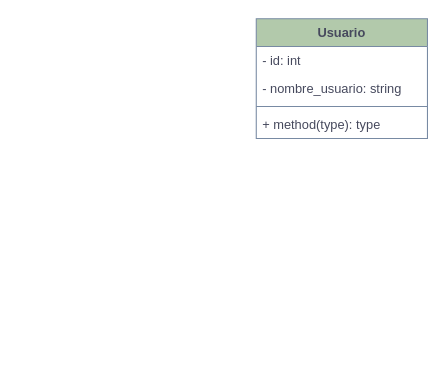
The draw.io diagram page "Diagrama de clases" (3 of 4) of Diagrama sin título.drawio in JesusBriones2/prueba, before the edit. Source tidied: cells renumbered, new cells numbered last; positions are measured from the earlier drawing's top-left corner, leaving out a move shared by most shapes. Both pictures are drawn from the tidied source at 107%, with x=0, y=0 at pixel (256, 18).
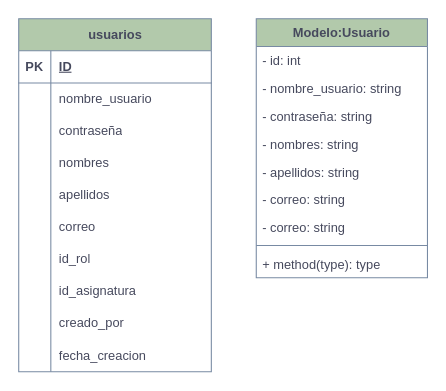
Above is the later version.

Change to the diagram source:
```diff
@@
-    <mxCell id="2" value="Usuario" style="swimlane;fontStyle=1;align=center;verticalAlign=top;horizontal=1;startSize=26;whiteSpace=wrap;html=1;strokeColor=#788AA3;fontColor=#46495D;fillColor=#B2C9AB;" parent="1" vertex="1">
-      <mxGeometry width="160" height="112" as="geometry" />
+    <mxCell id="2" value="Modelo:Usuario" style="swimlane;fontStyle=1;align=center;verticalAlign=top;horizontal=1;startSize=26;whiteSpace=wrap;html=1;strokeColor=#788AA3;fontColor=#46495D;fillColor=#B2C9AB;" parent="1" vertex="1">
+      <mxGeometry width="160" height="242" as="geometry" />
     </mxCell>
@@
+    <mxCell id="7" value="- contraseña: string" style="text;strokeColor=none;fillColor=none;align=left;verticalAlign=top;spacingLeft=4;spacingRight=4;overflow=hidden;whiteSpace=wrap;html=1;fontColor=#46495D;" parent="2" vertex="1">
+      <mxGeometry y="78" width="160" height="26" as="geometry" />
+    </mxCell>
+    <mxCell id="8" value="- nombres: string" style="text;strokeColor=none;fillColor=none;align=left;verticalAlign=top;spacingLeft=4;spacingRight=4;overflow=hidden;whiteSpace=wrap;html=1;fontColor=#46495D;" parent="2" vertex="1">
+      <mxGeometry y="104" width="160" height="26" as="geometry" />
+    </mxCell>
+    <mxCell id="9" value="- apellidos: string" style="text;strokeColor=none;fillColor=none;align=left;verticalAlign=top;spacingLeft=4;spacingRight=4;overflow=hidden;whiteSpace=wrap;html=1;fontColor=#46495D;" parent="2" vertex="1">
+      <mxGeometry y="130" width="160" height="26" as="geometry" />
+    </mxCell>
+    <mxCell id="10" value="- correo: string" style="text;strokeColor=none;fillColor=none;align=left;verticalAlign=top;spacingLeft=4;spacingRight=4;overflow=hidden;whiteSpace=wrap;html=1;fontColor=#46495D;" parent="2" vertex="1">
+      <mxGeometry y="156" width="160" height="26" as="geometry" />
+    </mxCell>
+    <mxCell id="11" value="- correo: string" style="text;strokeColor=none;fillColor=none;align=left;verticalAlign=top;spacingLeft=4;spacingRight=4;overflow=hidden;whiteSpace=wrap;html=1;fontColor=#46495D;" parent="2" vertex="1">
+      <mxGeometry y="182" width="160" height="26" as="geometry" />
+    </mxCell>
     <mxCell id="5" style="line;strokeWidth=1;fillColor=none;align=left;verticalAlign=middle;spacingTop=-1;spacingLeft=3;spacingRight=3;labelPosition=right;strokeColor=inherit;fontColor=#46495D;" parent="2" vertex="1">
-      <mxGeometry y="78" width="160" height="8" as="geometry" />
+      <mxGeometry y="208" width="160" height="8" as="geometry" />
     </mxCell>
     <mxCell id="6" value="+ method(type): type" style="text;strokeColor=none;fillColor=none;align=left;verticalAlign=top;spacingLeft=4;spacingRight=4;overflow=hidden;whiteSpace=wrap;html=1;fontColor=#46495D;" parent="2" vertex="1">
-      <mxGeometry y="86" width="160" height="26" as="geometry" />
+      <mxGeometry y="216" width="160" height="26" as="geometry" />
     </mxCell>
+    <mxCell id="12" value="usuarios" style="shape=table;startSize=30;childLayout=tableLayout;rowLines=0;fontStyle=1;align=center;html=1;strokeColor=#788AA3;fontColor=#46495D;fillColor=#B2C9AB;labelBackgroundColor=none;" parent="1" vertex="1">
+      <mxGeometry x="-222" width="180" height="330" as="geometry" />
+    </mxCell>
+    <mxCell id="13" style="shape=tableRow;horizontal=0;startSize=0;swimlaneHead=0;swimlaneBody=0;fillColor=none;top=0;left=0;right=0;bottom=1;strokeColor=#788AA3;fontColor=#46495D;labelBackgroundColor=none;" parent="12" vertex="1">
+      <mxGeometry y="30" width="180" height="30" as="geometry" />
+    </mxCell>
+    <mxCell id="14" value="PK" style="shape=partialRectangle;fillColor=none;top=0;left=0;bottom=0;right=0;fontStyle=1;overflow=hidden;whiteSpace=wrap;html=1;strokeColor=#788AA3;fontColor=#46495D;labelBackgroundColor=none;" parent="13" vertex="1">
+      <mxGeometry width="30" height="30" as="geometry" />
+    </mxCell>
+    <mxCell id="15" value="ID" style="shape=partialRectangle;fillColor=none;top=0;left=0;bottom=0;right=0;align=left;spacingLeft=6;fontStyle=5;overflow=hidden;whiteSpace=wrap;html=1;strokeColor=#788AA3;fontColor=#46495D;labelBackgroundColor=none;" parent="13" vertex="1">
+      <mxGeometry x="30" width="150" height="30" as="geometry" />
+    </mxCell>
+    <mxCell id="16" style="shape=tableRow;horizontal=0;startSize=0;swimlaneHead=0;swimlaneBody=0;fillColor=none;top=0;left=0;right=0;bottom=0;strokeColor=#788AA3;fontColor=#46495D;labelBackgroundColor=none;" parent="12" vertex="1">
+      <mxGeometry y="60" width="180" height="30" as="geometry" />
+    </mxCell>
+    <mxCell id="17" style="shape=partialRectangle;fillColor=none;top=0;left=0;bottom=0;right=0;overflow=hidden;whiteSpace=wrap;html=1;strokeColor=#788AA3;fontColor=#46495D;labelBackgroundColor=none;" parent="16" vertex="1">
+      <mxGeometry width="30" height="30" as="geometry" />
+    </mxCell>
+    <mxCell id="18" value="nombre_usuario" style="shape=partialRectangle;fillColor=none;top=0;left=0;bottom=0;right=0;align=left;spacingLeft=6;overflow=hidden;whiteSpace=wrap;html=1;strokeColor=#788AA3;fontColor=#46495D;labelBackgroundColor=none;" parent="16" vertex="1">
+      <mxGeometry x="30" width="150" height="30" as="geometry" />
+    </mxCell>
+    <mxCell id="19" style="shape=tableRow;horizontal=0;startSize=0;swimlaneHead=0;swimlaneBody=0;fillColor=none;top=0;left=0;right=0;bottom=0;strokeColor=#788AA3;fontColor=#46495D;labelBackgroundColor=none;" parent="12" vertex="1">
+      <mxGeometry y="90" width="180" height="30" as="geometry" />
+    </mxCell>
+    <mxCell id="20" style="shape=partialRectangle;fillColor=none;top=0;left=0;bottom=0;right=0;overflow=hidden;whiteSpace=wrap;html=1;strokeColor=#788AA3;fontColor=#46495D;labelBackgroundColor=none;" parent="19" vertex="1">
+      <mxGeometry width="30" height="30" as="geometry" />
+    </mxCell>
+    <mxCell id="21" value="contraseña" style="shape=partialRectangle;fillColor=none;top=0;left=0;bottom=0;right=0;align=left;spacingLeft=6;overflow=hidden;whiteSpace=wrap;html=1;strokeColor=#788AA3;fontColor=#46495D;labelBackgroundColor=none;" parent="19" vertex="1">
+      <mxGeometry x="30" width="150" height="30" as="geometry" />
+    </mxCell>
+    <mxCell id="22" style="shape=tableRow;horizontal=0;startSize=0;swimlaneHead=0;swimlaneBody=0;fillColor=none;top=0;left=0;right=0;bottom=0;strokeColor=#788AA3;fontColor=#46495D;labelBackgroundColor=none;" parent="12" vertex="1">
+      <mxGeometry y="120" width="180" height="30" as="geometry" />
+    </mxCell>
+    <mxCell id="23" style="shape=partialRectangle;fillColor=none;top=0;left=0;bottom=0;right=0;overflow=hidden;whiteSpace=wrap;html=1;strokeColor=#788AA3;fontColor=#46495D;labelBackgroundColor=none;" parent="22" vertex="1">
+      <mxGeometry width="30" height="30" as="geometry" />
+    </mxCell>
+    <mxCell id="24" value="nombres" style="shape=partialRectangle;fillColor=none;top=0;left=0;bottom=0;right=0;align=left;spacingLeft=6;overflow=hidden;whiteSpace=wrap;html=1;strokeColor=#788AA3;fontColor=#46495D;labelBackgroundColor=none;" parent="22" vertex="1">
+      <mxGeometry x="30" width="150" height="30" as="geometry" />
+    </mxCell>
+    <mxCell id="25" style="shape=tableRow;horizontal=0;startSize=0;swimlaneHead=0;swimlaneBody=0;fillColor=none;top=0;left=0;right=0;bottom=0;strokeColor=#788AA3;fontColor=#46495D;labelBackgroundColor=none;" parent="12" vertex="1">
+      <mxGeometry y="150" width="180" height="30" as="geometry" />
+    </mxCell>
+    <mxCell id="26" style="shape=partialRectangle;fillColor=none;top=0;left=0;bottom=0;right=0;overflow=hidden;whiteSpace=wrap;html=1;strokeColor=#788AA3;fontColor=#46495D;labelBackgroundColor=none;" parent="25" vertex="1">
+      <mxGeometry width="30" height="30" as="geometry" />
+    </mxCell>
+    <mxCell id="27" value="apellidos" style="shape=partialRectangle;fillColor=none;top=0;left=0;bottom=0;right=0;align=left;spacingLeft=6;overflow=hidden;whiteSpace=wrap;html=1;strokeColor=#788AA3;fontColor=#46495D;labelBackgroundColor=none;" parent="25" vertex="1">
+      <mxGeometry x="30" width="150" height="30" as="geometry" />
+    </mxCell>
+    <mxCell id="28" style="shape=tableRow;horizontal=0;startSize=0;swimlaneHead=0;swimlaneBody=0;fillColor=none;top=0;left=0;right=0;bottom=0;strokeColor=#788AA3;fontColor=#46495D;labelBackgroundColor=none;" parent="12" vertex="1">
+      <mxGeometry y="180" width="180" height="30" as="geometry" />
+    </mxCell>
+    <mxCell id="29" style="shape=partialRectangle;fillColor=none;top=0;left=0;bottom=0;right=0;overflow=hidden;whiteSpace=wrap;html=1;strokeColor=#788AA3;fontColor=#46495D;labelBackgroundColor=none;" parent="28" vertex="1">
+      <mxGeometry width="30" height="30" as="geometry" />
+    </mxCell>
+    <mxCell id="30" value="correo" style="shape=partialRectangle;fillColor=none;top=0;left=0;bottom=0;right=0;align=left;spacingLeft=6;overflow=hidden;whiteSpace=wrap;html=1;strokeColor=#788AA3;fontColor=#46495D;labelBackgroundColor=none;" parent="28" vertex="1">
+      <mxGeometry x="30" width="150" height="30" as="geometry" />
+    </mxCell>
+    <mxCell id="31" style="shape=tableRow;horizontal=0;startSize=0;swimlaneHead=0;swimlaneBody=0;fillColor=none;top=0;left=0;right=0;bottom=0;strokeColor=#788AA3;fontColor=#46495D;labelBackgroundColor=none;" parent="12" vertex="1">
+      <mxGeometry y="210" width="180" height="30" as="geometry" />
+    </mxCell>
+    <mxCell id="32" style="shape=partialRectangle;fillColor=none;top=0;left=0;bottom=0;right=0;overflow=hidden;whiteSpace=wrap;html=1;strokeColor=#788AA3;fontColor=#46495D;labelBackgroundColor=none;" parent="31" vertex="1">
+      <mxGeometry width="30" height="30" as="geometry" />
+    </mxCell>
+    <mxCell id="33" value="id_rol" style="shape=partialRectangle;fillColor=none;top=0;left=0;bottom=0;right=0;align=left;spacingLeft=6;overflow=hidden;whiteSpace=wrap;html=1;strokeColor=#788AA3;fontColor=#46495D;labelBackgroundColor=none;" parent="31" vertex="1">
+      <mxGeometry x="30" width="150" height="30" as="geometry" />
+    </mxCell>
+    <mxCell id="34" style="shape=tableRow;horizontal=0;startSize=0;swimlaneHead=0;swimlaneBody=0;fillColor=none;top=0;left=0;right=0;bottom=0;strokeColor=#788AA3;fontColor=#46495D;labelBackgroundColor=none;" parent="12" vertex="1">
+      <mxGeometry y="240" width="180" height="30" as="geometry" />
+    </mxCell>
+    <mxCell id="35" style="shape=partialRectangle;fillColor=none;top=0;left=0;bottom=0;right=0;overflow=hidden;whiteSpace=wrap;html=1;strokeColor=#788AA3;fontColor=#46495D;labelBackgroundColor=none;" parent="34" vertex="1">
+      <mxGeometry width="30" height="30" as="geometry" />
+    </mxCell>
+    <mxCell id="36" value="id_asignatura" style="shape=partialRectangle;fillColor=none;top=0;left=0;bottom=0;right=0;align=left;spacingLeft=6;overflow=hidden;whiteSpace=wrap;html=1;strokeColor=#788AA3;fontColor=#46495D;labelBackgroundColor=none;" parent="34" vertex="1">
+      <mxGeometry x="30" width="150" height="30" as="geometry" />
+    </mxCell>
+    <mxCell id="37" style="shape=tableRow;horizontal=0;startSize=0;swimlaneHead=0;swimlaneBody=0;fillColor=none;top=0;left=0;right=0;bottom=0;strokeColor=#788AA3;fontColor=#46495D;labelBackgroundColor=none;" parent="12" vertex="1">
+      <mxGeometry y="270" width="180" height="30" as="geometry" />
+    </mxCell>
+    <mxCell id="38" style="shape=partialRectangle;fillColor=none;top=0;left=0;bottom=0;right=0;overflow=hidden;whiteSpace=wrap;html=1;strokeColor=#788AA3;fontColor=#46495D;labelBackgroundColor=none;" parent="37" vertex="1">
+      <mxGeometry width="30" height="30" as="geometry" />
+    </mxCell>
+    <mxCell id="39" value="creado_por" style="shape=partialRectangle;fillColor=none;top=0;left=0;bottom=0;right=0;align=left;spacingLeft=6;overflow=hidden;whiteSpace=wrap;html=1;strokeColor=#788AA3;fontColor=#46495D;labelBackgroundColor=none;" parent="37" vertex="1">
+      <mxGeometry x="30" width="150" height="30" as="geometry" />
+    </mxCell>
+    <mxCell id="40" style="shape=tableRow;horizontal=0;startSize=0;swimlaneHead=0;swimlaneBody=0;fillColor=none;top=0;left=0;right=0;bottom=0;strokeColor=#788AA3;fontColor=#46495D;labelBackgroundColor=none;" parent="12" vertex="1">
+      <mxGeometry y="300" width="180" height="30" as="geometry" />
+    </mxCell>
+    <mxCell id="41" style="shape=partialRectangle;fillColor=none;top=0;left=0;bottom=0;right=0;overflow=hidden;whiteSpace=wrap;html=1;strokeColor=#788AA3;fontColor=#46495D;labelBackgroundColor=none;" parent="40" vertex="1">
+      <mxGeometry width="30" height="30" as="geometry" />
+    </mxCell>
+    <mxCell id="42" value="fecha_creacion" style="shape=partialRectangle;fillColor=none;top=0;left=0;bottom=0;right=0;align=left;spacingLeft=6;overflow=hidden;whiteSpace=wrap;html=1;strokeColor=#788AA3;fontColor=#46495D;labelBackgroundColor=none;" parent="40" vertex="1">
+      <mxGeometry x="30" width="150" height="30" as="geometry" />
+    </mxCell>
```
